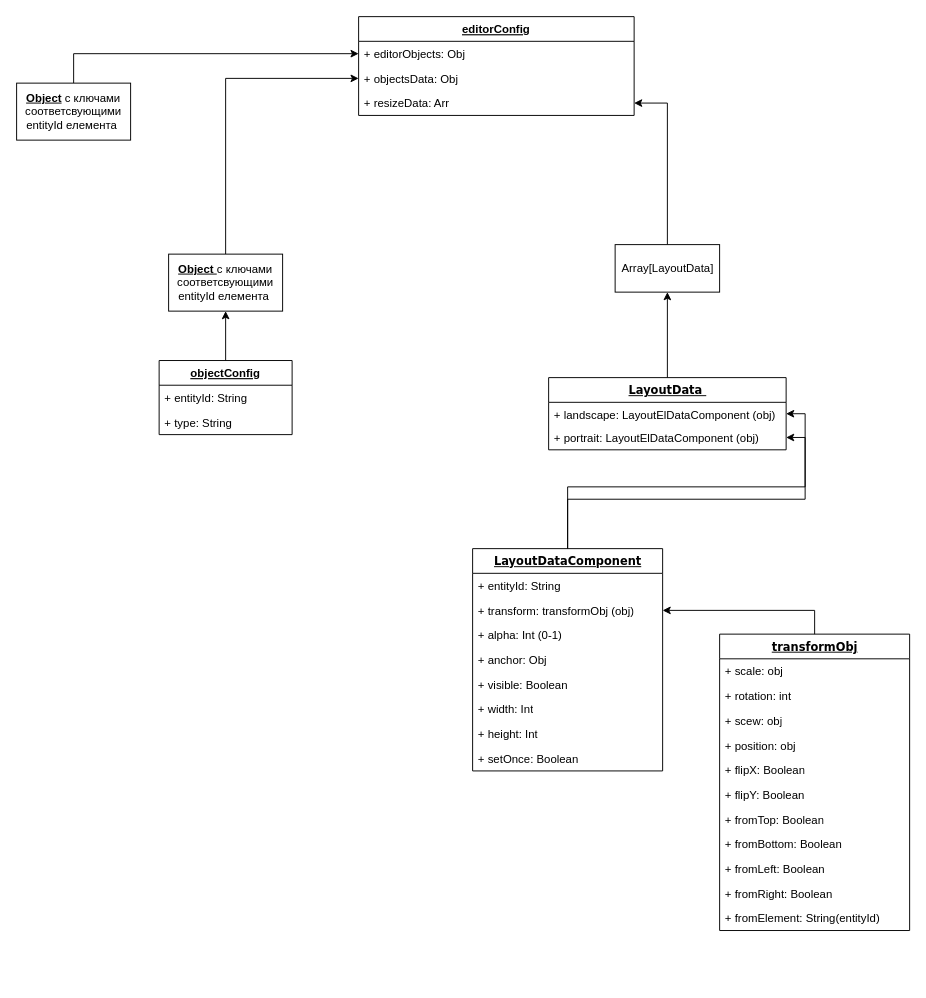
This is Transform data save format.drawio from MatthewKarpenko/LayoutEditor-diagrams, a draw.io file, before an edit. Source tidied: cells renumbered, new cells numbered last; positions are measured from the earlier drawing's top-left corner, leaving out a move shared by most shapes. Both pictures are drawn from the tidied source at 95%, with x=0, y=0 at pixel (16, 16).
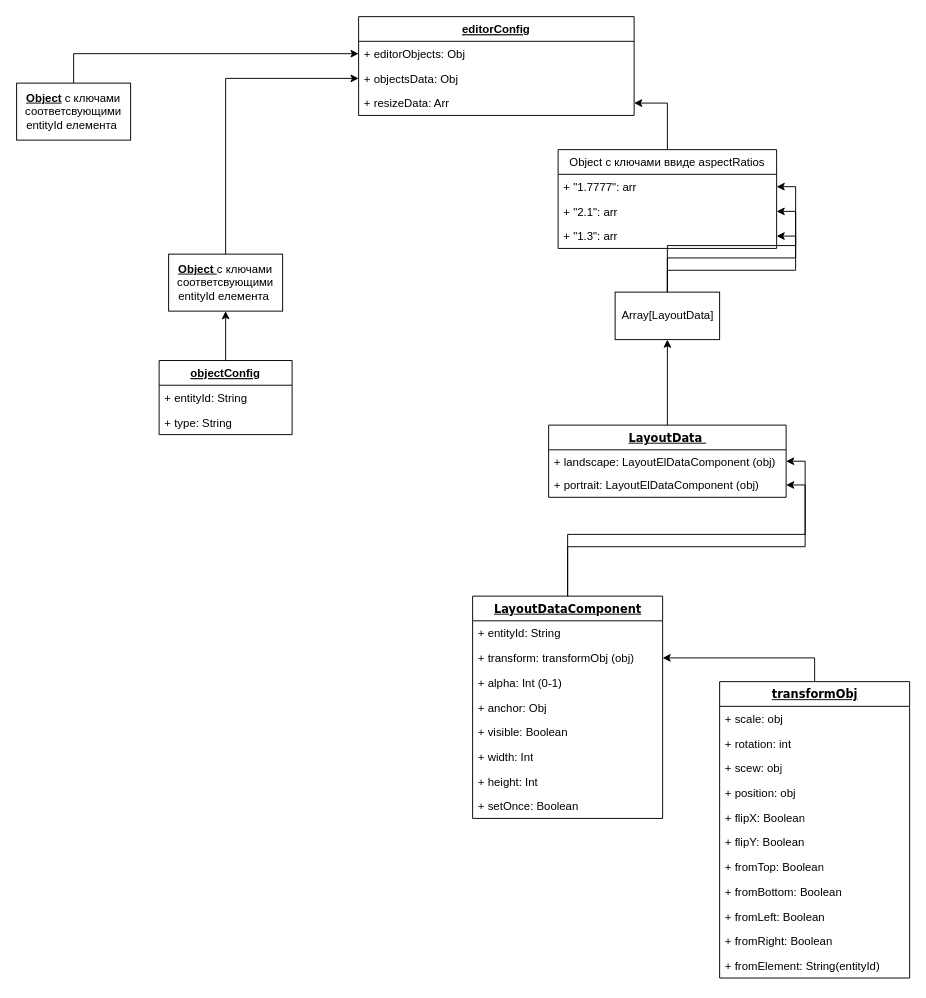
After the change.

Commit message:
different ration in trasform data save format

Unchanged cells that the change refers to:
```xml
<mxCell id="33" value="+ resizeData: Arr" style="text;strokeColor=none;fillColor=none;align=left;verticalAlign=top;spacingLeft=4;spacingRight=4;overflow=hidden;points=[[0,0.5],[1,0.5]];portConstraint=eastwest;" parent="30" vertex="1">
  <mxGeometry y="78" width="290" height="26" as="geometry" />
</mxCell>
```

Change to the diagram source:
```diff
@@
     <mxCell id="3" value="&lt;u&gt;LayoutData&amp;nbsp;&lt;/u&gt;" style="swimlane;html=1;fontStyle=1;align=center;verticalAlign=top;horizontal=1;startSize=26;swimlaneFillColor=#ffffff;rounded=0;shadow=0;comic=0;labelBackgroundColor=none;strokeWidth=1;fillColor=none;fontFamily=Verdana;fontSize=12;" parent="1" vertex="1">
-      <mxGeometry x="560" y="380" width="250" height="76" as="geometry" />
+      <mxGeometry x="560" y="430" width="250" height="76" as="geometry" />
     </mxCell>
@@
     <mxCell id="7" value="&lt;u&gt;LayoutDataComponent&lt;/u&gt;" style="swimlane;html=1;fontStyle=1;align=center;verticalAlign=top;horizontal=1;startSize=26;swimlaneFillColor=#ffffff;rounded=0;shadow=0;comic=0;labelBackgroundColor=none;strokeWidth=1;fillColor=none;fontFamily=Verdana;fontSize=12;" parent="1" vertex="1">
-      <mxGeometry x="480" y="560" width="200" height="234" as="geometry" />
+      <mxGeometry x="480" y="610" width="200" height="234" as="geometry" />
     </mxCell>
@@
     <mxCell id="17" value="&lt;u&gt;transformObj&lt;/u&gt;" style="swimlane;html=1;fontStyle=1;align=center;verticalAlign=top;horizontal=1;startSize=26;swimlaneFillColor=#ffffff;rounded=0;shadow=0;comic=0;labelBackgroundColor=none;strokeWidth=1;fillColor=none;fontFamily=Verdana;fontSize=12;" parent="1" vertex="1">
-      <mxGeometry x="740" y="650" width="200" height="312" as="geometry" />
+      <mxGeometry x="740" y="700" width="200" height="312" as="geometry" />
     </mxCell>
@@
-    <mxCell id="35" style="edgeStyle=orthogonalEdgeStyle;rounded=0;jettySize=auto;html=1;exitX=0.5;exitY=0;exitDx=0;exitDy=0;entryX=1;entryY=0.5;entryDx=0;entryDy=0;fontColor=#000000;" parent="1" edge="1" source="36" target="33">
-      <mxGeometry relative="1" as="geometry" />
-    </mxCell>
+    <mxCell id="44" style="edgeStyle=orthogonalEdgeStyle;rounded=0;jettySize=auto;html=1;exitX=0.5;exitY=0;exitDx=0;exitDy=0;entryX=1;entryY=0.5;entryDx=0;entryDy=0;" parent="1" edge="1" source="36" target="49">
+      <mxGeometry relative="1" as="geometry" />
+    </mxCell>
     <mxCell id="36" value="Array[LayoutData]" style="html=1;fontColor=#000000;" parent="1" vertex="1">
-      <mxGeometry x="630" y="240" width="110" height="50" as="geometry" />
+      <mxGeometry x="630" y="290" width="110" height="50" as="geometry" />
     </mxCell>
@@
+    <mxCell id="45" style="edgeStyle=orthogonalEdgeStyle;rounded=0;jettySize=auto;html=1;exitX=0.5;exitY=0;exitDx=0;exitDy=0;entryX=1;entryY=0.5;entryDx=0;entryDy=0;" parent="1" edge="1" source="46" target="33">
+      <mxGeometry relative="1" as="geometry" />
+    </mxCell>
+    <mxCell id="46" value="Object с ключами ввиде aspectRatios" style="swimlane;fontStyle=0;horizontal=1;startSize=26;fillColor=none;" parent="1" vertex="1">
+      <mxGeometry x="570" y="140" width="230" height="104" as="geometry" />
+    </mxCell>
+    <mxCell id="47" value="+ &quot;1.7777&quot;: arr" style="text;strokeColor=none;fillColor=none;align=left;verticalAlign=top;spacingLeft=4;spacingRight=4;overflow=hidden;points=[[0,0.5],[1,0.5]];portConstraint=eastwest;" parent="46" vertex="1">
+      <mxGeometry y="26" width="230" height="26" as="geometry" />
+    </mxCell>
+    <mxCell id="48" value="+ &quot;2.1&quot;: arr" style="text;strokeColor=none;fillColor=none;align=left;verticalAlign=top;spacingLeft=4;spacingRight=4;overflow=hidden;points=[[0,0.5],[1,0.5]];portConstraint=eastwest;" parent="46" vertex="1">
+      <mxGeometry y="52" width="230" height="26" as="geometry" />
+    </mxCell>
+    <mxCell id="49" value="+ &quot;1.3&quot;: arr" style="text;strokeColor=none;fillColor=none;align=left;verticalAlign=top;spacingLeft=4;spacingRight=4;overflow=hidden;points=[[0,0.5],[1,0.5]];portConstraint=eastwest;" parent="46" vertex="1">
+      <mxGeometry y="78" width="230" height="26" as="geometry" />
+    </mxCell>
+    <mxCell id="50" style="edgeStyle=orthogonalEdgeStyle;rounded=0;jettySize=auto;html=1;exitX=0.5;exitY=0;exitDx=0;exitDy=0;entryX=1;entryY=0.5;entryDx=0;entryDy=0;" parent="1" edge="1" source="36" target="48">
+      <mxGeometry relative="1" as="geometry" />
+    </mxCell>
+    <mxCell id="51" style="edgeStyle=orthogonalEdgeStyle;rounded=0;jettySize=auto;html=1;exitX=0.5;exitY=0;exitDx=0;exitDy=0;entryX=1;entryY=0.5;entryDx=0;entryDy=0;" parent="1" edge="1" source="36" target="47">
+      <mxGeometry relative="1" as="geometry" />
+    </mxCell>
```
